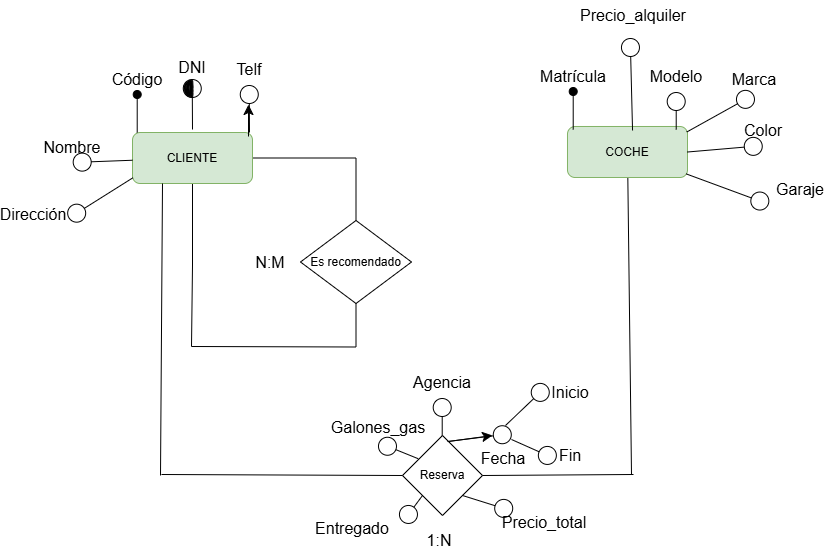
Before: Data Base/Coches.drawio.png, a diagram exported from draw.io (Samue45/1-DAM). Source tidied: cells renumbered, new cells last; positions are measured from the earlier drawing's top-left corner, leaving out a move shared by most shapes. The source it was exported from:
```xml
<mxGraphModel>
  <root>
    <mxCell id="0" />
    <mxCell id="1" parent="0" />
    <mxCell id="2" style="edgeStyle=orthogonalEdgeStyle;rounded=0;jettySize=auto;html=1;fontSize=12;startSize=8;endSize=8;entryX=0.5;entryY=0;entryDx=0;entryDy=0;endArrow=none;endFill=0;" parent="1" edge="1" source="4" target="7">
      <mxGeometry relative="1" as="geometry" />
    </mxCell>
    <mxCell id="3" style="edgeStyle=orthogonalEdgeStyle;rounded=0;jettySize=auto;html=1;fontSize=12;startSize=8;endSize=8;endArrow=none;endFill=0;" parent="1" edge="1" source="4">
      <mxGeometry relative="1" as="geometry">
        <mxPoint x="188" y="346" as="targetPoint" />
      </mxGeometry>
    </mxCell>
    <mxCell id="4" value="CLIENTE" style="rounded=1;whiteSpace=wrap;html=1;fillColor=#d5e8d4;strokeColor=#82b366;" parent="1" vertex="1">
      <mxGeometry x="129" y="132" width="120" height="51" as="geometry" />
    </mxCell>
    <mxCell id="5" style="edgeStyle=none;curved=1;rounded=0;jettySize=auto;html=1;fontSize=12;startSize=8;endSize=8;endArrow=none;endFill=0;" parent="1" edge="1" source="6">
      <mxGeometry relative="1" as="geometry">
        <mxPoint x="628" y="474" as="targetPoint" />
      </mxGeometry>
    </mxCell>
    <mxCell id="6" value="COCHE" style="rounded=1;whiteSpace=wrap;html=1;fillColor=#d5e8d4;strokeColor=#82b366;" parent="1" vertex="1">
      <mxGeometry x="564" y="126" width="120" height="51" as="geometry" />
    </mxCell>
    <mxCell id="7" value="Es recomendado" style="rhombus;whiteSpace=wrap;html=1;" parent="1" vertex="1">
      <mxGeometry x="297" y="220" width="111" height="83" as="geometry" />
    </mxCell>
    <mxCell id="8" style="endArrow=none;html=1;rounded=0;fontSize=12;startSize=8;endSize=8;edgeStyle=orthogonalEdgeStyle;entryX=0.5;entryY=1;entryDx=0;entryDy=0;" parent="1" edge="1" target="7">
      <mxGeometry relative="1" as="geometry">
        <mxPoint x="188" y="346" as="sourcePoint" />
      </mxGeometry>
    </mxCell>
    <mxCell id="9" value="Código" style="text;html=1;align=center;verticalAlign=middle;whiteSpace=wrap;rounded=0;fontSize=16;" parent="1" vertex="1">
      <mxGeometry x="104" y="64" width="60" height="30" as="geometry" />
    </mxCell>
    <mxCell id="10" style="endArrow=oval;html=1;rounded=0;fontSize=12;startSize=8;endSize=8;curved=1;entryX=0.5;entryY=1;entryDx=0;entryDy=0;endFill=1;" parent="1" edge="1">
      <mxGeometry relative="1" as="geometry">
        <mxPoint x="133.7" y="132" as="sourcePoint" />
        <mxPoint x="133.7" y="94" as="targetPoint" />
      </mxGeometry>
    </mxCell>
    <mxCell id="11" value="Nombre" style="text;html=1;align=center;verticalAlign=middle;whiteSpace=wrap;rounded=0;fontSize=16;" parent="1" vertex="1">
      <mxGeometry x="39" y="132" width="60" height="30" as="geometry" />
    </mxCell>
    <mxCell id="12" style="endArrow=circle;html=1;rounded=0;fontSize=12;startSize=8;endSize=8;curved=1;entryX=0.5;entryY=1;entryDx=0;entryDy=0;endFill=0;" parent="1" edge="1" source="4">
      <mxGeometry relative="1" as="geometry">
        <mxPoint x="68.7" y="162" as="targetPoint" />
      </mxGeometry>
    </mxCell>
    <mxCell id="13" value="DNI" style="text;html=1;align=center;verticalAlign=middle;whiteSpace=wrap;rounded=0;fontSize=16;" parent="1" vertex="1">
      <mxGeometry x="159" y="52" width="60" height="30" as="geometry" />
    </mxCell>
    <mxCell id="14" style="endArrow=circle;html=1;rounded=0;fontSize=12;startSize=8;endSize=8;curved=1;entryX=0.5;entryY=1;entryDx=0;entryDy=0;endFill=0;" parent="1" edge="1">
      <mxGeometry relative="1" as="geometry">
        <mxPoint x="189" y="129" as="sourcePoint" />
        <mxPoint x="188.7" y="78" as="targetPoint" />
      </mxGeometry>
    </mxCell>
    <mxCell id="15" style="shape=(stored shape, 2636 characters);lineShape=1;strokeColor=default;" parent="1" vertex="1">
      <mxGeometry x="180.5" y="79" width="8.9" height="17.8" as="geometry" />
    </mxCell>
    <mxCell id="16" value="Dirección" style="text;html=1;align=center;verticalAlign=middle;whiteSpace=wrap;rounded=0;fontSize=16;" parent="1" vertex="1">
      <mxGeometry y="199" width="60" height="30" as="geometry" />
    </mxCell>
    <mxCell id="17" style="endArrow=circle;html=1;rounded=0;fontSize=12;startSize=8;endSize=8;curved=1;entryX=0.5;entryY=1;entryDx=0;entryDy=0;endFill=0;exitX=0.004;exitY=0.887;exitDx=0;exitDy=0;exitPerimeter=0;" parent="1" edge="1" source="4">
      <mxGeometry relative="1" as="geometry">
        <mxPoint x="64.7" y="218" as="targetPoint" />
      </mxGeometry>
    </mxCell>
    <mxCell id="18" value="Telf" style="text;html=1;align=center;verticalAlign=middle;whiteSpace=wrap;rounded=0;fontSize=16;" parent="1" vertex="1">
      <mxGeometry x="216" y="54" width="60" height="30" as="geometry" />
    </mxCell>
    <mxCell id="19" style="endArrow=circle;html=1;rounded=0;fontSize=12;startSize=8;endSize=8;curved=1;entryX=0.5;entryY=1;entryDx=0;entryDy=0;endFill=0;" parent="1" edge="1">
      <mxGeometry relative="1" as="geometry">
        <mxPoint x="246" y="132" as="sourcePoint" />
        <mxPoint x="245.7" y="84" as="targetPoint" />
      </mxGeometry>
    </mxCell>
    <mxCell id="20" style="endArrow=classic;html=1;rounded=0;fontSize=12;startSize=8;endSize=8;curved=1;" parent="1" edge="1">
      <mxGeometry relative="1" as="geometry">
        <mxPoint x="245" y="136" as="sourcePoint" />
        <mxPoint x="245" y="104" as="targetPoint" />
      </mxGeometry>
    </mxCell>
    <mxCell id="21" value="N:M" style="text;html=1;align=center;verticalAlign=middle;whiteSpace=wrap;rounded=0;fontSize=16;" parent="1" vertex="1">
      <mxGeometry x="237" y="246.5" width="60" height="30" as="geometry" />
    </mxCell>
    <mxCell id="22" value="Reserva" style="rhombus;whiteSpace=wrap;html=1;" parent="1" vertex="1">
      <mxGeometry x="399" y="435" width="80" height="80" as="geometry" />
    </mxCell>
    <mxCell id="23" style="endArrow=none;html=1;rounded=0;fontSize=12;curved=1;exitX=0.25;exitY=1;exitDx=0;exitDy=0;endFill=0;" parent="1" edge="1" source="4">
      <mxGeometry relative="1" as="geometry">
        <mxPoint x="157" y="475" as="targetPoint" />
      </mxGeometry>
    </mxCell>
    <mxCell id="24" style="endArrow=none;html=1;rounded=0;fontSize=12;startSize=8;endSize=8;curved=1;entryX=0;entryY=0.5;entryDx=0;entryDy=0;" parent="1" edge="1" target="22">
      <mxGeometry relative="1" as="geometry">
        <mxPoint x="158" y="474" as="sourcePoint" />
      </mxGeometry>
    </mxCell>
    <mxCell id="25" style="endArrow=none;html=1;rounded=0;fontSize=12;startSize=8;endSize=8;curved=1;exitX=1;exitY=0.5;exitDx=0;exitDy=0;" parent="1" edge="1" source="22">
      <mxGeometry relative="1" as="geometry">
        <mxPoint x="630" y="474" as="targetPoint" />
      </mxGeometry>
    </mxCell>
    <mxCell id="26" value="Matrícula" style="text;html=1;align=center;verticalAlign=middle;whiteSpace=wrap;rounded=0;fontSize=16;" parent="1" vertex="1">
      <mxGeometry x="540" y="61" width="60" height="30" as="geometry" />
    </mxCell>
    <mxCell id="27" style="endArrow=oval;html=1;rounded=0;fontSize=12;startSize=8;endSize=8;curved=1;entryX=0.5;entryY=1;entryDx=0;entryDy=0;endFill=1;" parent="1" edge="1">
      <mxGeometry relative="1" as="geometry">
        <mxPoint x="569.7" y="129" as="sourcePoint" />
        <mxPoint x="569.7" y="91" as="targetPoint" />
      </mxGeometry>
    </mxCell>
    <mxCell id="28" value="Modelo" style="text;html=1;align=center;verticalAlign=middle;whiteSpace=wrap;rounded=0;fontSize=16;" parent="1" vertex="1">
      <mxGeometry x="643" y="61" width="60" height="30" as="geometry" />
    </mxCell>
    <mxCell id="29" style="endArrow=circle;html=1;rounded=0;fontSize=12;startSize=8;endSize=8;curved=1;entryX=0.5;entryY=1;entryDx=0;entryDy=0;endFill=0;" parent="1" edge="1">
      <mxGeometry relative="1" as="geometry">
        <mxPoint x="672.7" y="129" as="sourcePoint" />
        <mxPoint x="672.7" y="91" as="targetPoint" />
      </mxGeometry>
    </mxCell>
    <mxCell id="30" value="Color" style="text;html=1;align=center;verticalAlign=middle;whiteSpace=wrap;rounded=0;fontSize=16;" parent="1" vertex="1">
      <mxGeometry x="730" y="115" width="60" height="30" as="geometry" />
    </mxCell>
    <mxCell id="31" style="endArrow=circle;html=1;rounded=0;fontSize=12;startSize=8;endSize=8;curved=1;entryX=0.5;entryY=1;entryDx=0;entryDy=0;endFill=0;exitX=1;exitY=0.5;exitDx=0;exitDy=0;" parent="1" edge="1" source="6">
      <mxGeometry relative="1" as="geometry">
        <mxPoint x="759.7" y="145" as="targetPoint" />
      </mxGeometry>
    </mxCell>
    <mxCell id="32" value="Marca" style="text;html=1;align=center;verticalAlign=middle;whiteSpace=wrap;rounded=0;fontSize=16;" parent="1" vertex="1">
      <mxGeometry x="721" y="64" width="60" height="30" as="geometry" />
    </mxCell>
    <mxCell id="33" style="endArrow=circle;html=1;rounded=0;fontSize=12;startSize=8;endSize=8;curved=1;entryX=0.5;entryY=1;entryDx=0;entryDy=0;endFill=0;exitX=0.994;exitY=0.108;exitDx=0;exitDy=0;exitPerimeter=0;" parent="1" edge="1" source="6">
      <mxGeometry relative="1" as="geometry">
        <mxPoint x="750.7" y="94" as="targetPoint" />
      </mxGeometry>
    </mxCell>
    <mxCell id="34" value="Garaje" style="text;html=1;align=center;verticalAlign=middle;whiteSpace=wrap;rounded=0;fontSize=16;" parent="1" vertex="1">
      <mxGeometry x="767" y="174" width="60" height="30" as="geometry" />
    </mxCell>
    <mxCell id="35" style="endArrow=circle;html=1;rounded=0;fontSize=12;startSize=8;endSize=8;curved=1;entryX=0.5;entryY=1;entryDx=0;entryDy=0;endFill=0;exitX=0.99;exitY=0.93;exitDx=0;exitDy=0;exitPerimeter=0;" parent="1" edge="1" source="6">
      <mxGeometry relative="1" as="geometry">
        <mxPoint x="765.7" y="204" as="targetPoint" />
      </mxGeometry>
    </mxCell>
    <mxCell id="36" value="Precio_alquiler" style="text;html=1;align=center;verticalAlign=middle;whiteSpace=wrap;rounded=0;fontSize=16;" parent="1" vertex="1">
      <mxGeometry x="600" width="60" height="30" as="geometry" />
    </mxCell>
    <mxCell id="37" style="endArrow=circle;html=1;rounded=0;fontSize=12;startSize=8;endSize=8;curved=1;entryX=0.5;entryY=1;entryDx=0;entryDy=0;endFill=0;exitX=0.542;exitY=0.078;exitDx=0;exitDy=0;exitPerimeter=0;" parent="1" edge="1" source="6">
      <mxGeometry relative="1" as="geometry">
        <mxPoint x="626.7" y="37" as="targetPoint" />
      </mxGeometry>
    </mxCell>
    <mxCell id="38" value="Precio_total" style="text;html=1;align=center;verticalAlign=middle;whiteSpace=wrap;rounded=0;fontSize=16;" parent="1" vertex="1">
      <mxGeometry x="511" y="507" width="60" height="30" as="geometry" />
    </mxCell>
    <mxCell id="39" style="endArrow=circle;html=1;rounded=0;fontSize=12;startSize=8;endSize=8;curved=1;entryX=-0.021;entryY=0.13;entryDx=0;entryDy=0;endFill=0;exitX=1;exitY=1;exitDx=0;exitDy=0;entryPerimeter=0;" parent="1" edge="1" source="22" target="38">
      <mxGeometry relative="1" as="geometry" />
    </mxCell>
    <mxCell id="40" value="Fecha" style="text;html=1;align=center;verticalAlign=middle;whiteSpace=wrap;rounded=0;fontSize=16;" parent="1" vertex="1">
      <mxGeometry x="470" y="443" width="60" height="30" as="geometry" />
    </mxCell>
    <mxCell id="41" style="endArrow=circle;html=1;rounded=0;fontSize=12;startSize=8;endSize=8;curved=1;entryX=0.5;entryY=1;entryDx=0;entryDy=0;endFill=0;" parent="1" edge="1">
      <mxGeometry relative="1" as="geometry">
        <mxPoint x="444" y="441" as="sourcePoint" />
        <mxPoint x="508.7" y="433" as="targetPoint" />
      </mxGeometry>
    </mxCell>
    <mxCell id="42" style="endArrow=classic;html=1;rounded=0;fontSize=12;startSize=8;endSize=8;curved=1;" parent="1" edge="1">
      <mxGeometry relative="1" as="geometry">
        <mxPoint x="445" y="441" as="sourcePoint" />
        <mxPoint x="489" y="435" as="targetPoint" />
      </mxGeometry>
    </mxCell>
    <mxCell id="43" style="endArrow=circle;html=1;rounded=0;fontSize=12;startSize=8;endSize=8;curved=1;endFill=0;" parent="1" edge="1">
      <mxGeometry relative="1" as="geometry">
        <mxPoint x="502" y="425" as="sourcePoint" />
        <mxPoint x="544" y="385" as="targetPoint" />
      </mxGeometry>
    </mxCell>
    <mxCell id="44" style="endArrow=circle;html=1;rounded=0;fontSize=12;startSize=8;endSize=8;curved=1;endFill=0;" parent="1" edge="1">
      <mxGeometry relative="1" as="geometry">
        <mxPoint x="508" y="439" as="sourcePoint" />
        <mxPoint x="553" y="459" as="targetPoint" />
      </mxGeometry>
    </mxCell>
    <mxCell id="45" value="Inicio" style="text;html=1;align=center;verticalAlign=middle;whiteSpace=wrap;rounded=0;fontSize=16;" parent="1" vertex="1">
      <mxGeometry x="537" y="377" width="60" height="30" as="geometry" />
    </mxCell>
    <mxCell id="46" value="Fin" style="text;html=1;align=center;verticalAlign=middle;whiteSpace=wrap;rounded=0;fontSize=16;" parent="1" vertex="1">
      <mxGeometry x="537" y="440" width="60" height="30" as="geometry" />
    </mxCell>
    <mxCell id="47" value="Agencia" style="text;html=1;align=center;verticalAlign=middle;whiteSpace=wrap;rounded=0;fontSize=16;" parent="1" vertex="1">
      <mxGeometry x="409" y="367" width="60" height="30" as="geometry" />
    </mxCell>
    <mxCell id="48" style="endArrow=circle;html=1;rounded=0;fontSize=12;startSize=8;endSize=8;curved=1;entryX=0.5;entryY=1;entryDx=0;entryDy=0;endFill=0;" parent="1" edge="1">
      <mxGeometry relative="1" as="geometry">
        <mxPoint x="438.7" y="435" as="sourcePoint" />
        <mxPoint x="438.7" y="397" as="targetPoint" />
      </mxGeometry>
    </mxCell>
    <mxCell id="49" value="Galones_gas" style="text;html=1;align=center;verticalAlign=middle;whiteSpace=wrap;rounded=0;fontSize=16;" parent="1" vertex="1">
      <mxGeometry x="345" y="412" width="60" height="30" as="geometry" />
    </mxCell>
    <mxCell id="50" style="endArrow=circle;html=1;rounded=0;fontSize=12;startSize=8;endSize=8;curved=1;entryX=0.5;entryY=1;entryDx=0;entryDy=0;endFill=0;exitX=0.196;exitY=0.29;exitDx=0;exitDy=0;exitPerimeter=0;" parent="1" edge="1" source="22">
      <mxGeometry relative="1" as="geometry">
        <mxPoint x="374.7" y="442" as="targetPoint" />
      </mxGeometry>
    </mxCell>
    <mxCell id="51" value="Entregado" style="text;html=1;align=center;verticalAlign=middle;whiteSpace=wrap;rounded=0;fontSize=16;" parent="1" vertex="1">
      <mxGeometry x="319" y="513" width="60" height="30" as="geometry" />
    </mxCell>
    <mxCell id="52" style="endArrow=circle;html=1;rounded=0;fontSize=12;startSize=8;endSize=8;curved=1;entryX=0.5;entryY=1;entryDx=0;entryDy=0;endFill=0;exitX=0;exitY=1;exitDx=0;exitDy=0;" parent="1" edge="1" source="22">
      <mxGeometry relative="1" as="geometry">
        <mxPoint x="399" y="522" as="targetPoint" />
      </mxGeometry>
    </mxCell>
    <mxCell id="53" value="&lt;blockquote style=&quot;margin: 0 0 0 40px; border: none; padding: 0px;&quot;&gt;1:N&lt;/blockquote&gt;" style="text;html=1;align=center;verticalAlign=middle;whiteSpace=wrap;rounded=0;fontSize=16;" parent="1" vertex="1">
      <mxGeometry x="386" y="525" width="60" height="30" as="geometry" />
    </mxCell>
  </root>
</mxGraphModel>
```
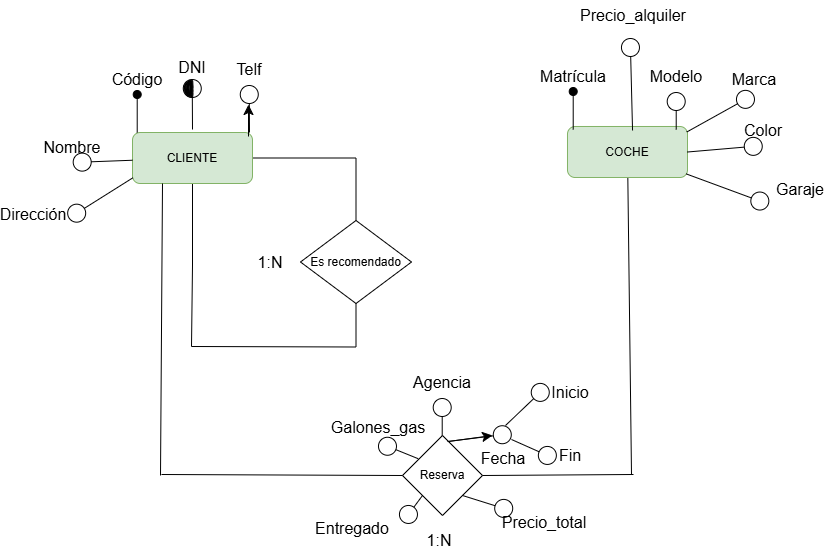
The same file after the commit.

Change to the diagram source:
```diff
@@ -81,7 +81,7 @@
         <mxPoint x="245" y="104" as="targetPoint" />
       </mxGeometry>
     </mxCell>
-    <mxCell id="21" value="N:M" style="text;html=1;align=center;verticalAlign=middle;whiteSpace=wrap;rounded=0;fontSize=16;" parent="1" vertex="1">
+    <mxCell id="21" value="1:N" style="text;html=1;align=center;verticalAlign=middle;whiteSpace=wrap;rounded=0;fontSize=16;" parent="1" vertex="1">
       <mxGeometry x="237" y="246.5" width="60" height="30" as="geometry" />
     </mxCell>
     <mxCell id="22" value="Reserva" style="rhombus;whiteSpace=wrap;html=1;" parent="1" vertex="1">
```
